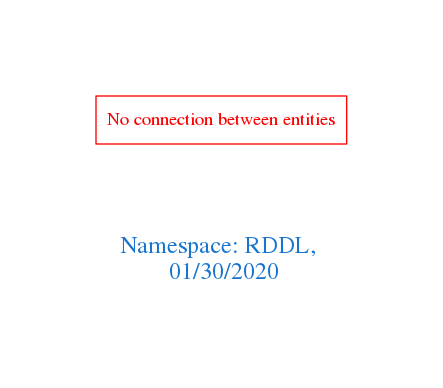
Earlier version of the Graphviz export downloads/RDDL.png (arago/OGIT). Its source is kept beside it as downloads/RDDL.dot.
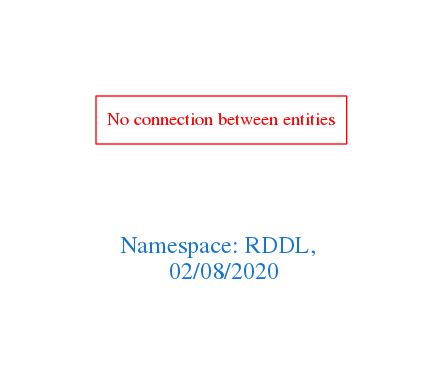
After the commit.

What changed in the source:
```diff
@@ -1,7 +1,7 @@
 digraph OGIT_ontology {
  graph [ rankdir= LR,pad=1
 fontsize = 18,
-fontcolor= dodgerblue3,label = "\n\n\nNamespace: RDDL, \n 01/30/2020"];
+fontcolor= dodgerblue3,label = "\n\n\nNamespace: RDDL, \n 02/08/2020"];
 node[shape=polygon];
 edge [  color="gray81"];
 
```
